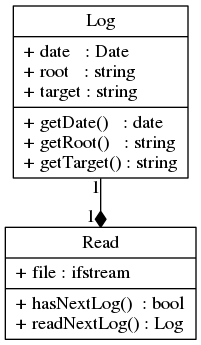
The Graphviz diagram doc/uml.png in BuonOmo/Analogs, before a commit. Its source is kept beside it as doc/uml.dot.
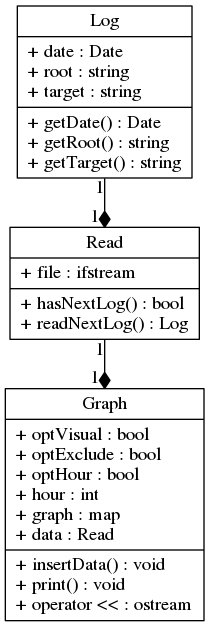
After the commit.

Commit message:
Ajout de Graph dans l’UML

What changed in the source:
```diff
@@ -1,30 +1,53 @@
 digraph UML
 {
-	Read [
+	Read
+	[
 		label =
 			"{
 				Read
 			|
 				+ file : ifstream\l
 			|
-				+ hasNextLog()  : bool\l
-				+ readNextLog() : Log\l
+				+ hasNextLog()  : bool\l
+				+ readNextLog() : Log\l
 			}",
 		shape=record
 	]
-	Log [
+
+	Log
+	[
 		label =
 			"{
 				Log
 			|
-				+ date   : Date\l
-				+ root   : string\l
-				+ target : string\l
+				+ date   : Date\l
+				+ root   : string\l
+				+ target : string\l
 
 			|
-				+ getDate()   : date\l
-				+ getRoot()   : string\l
-				+ getTarget() : string\l
+				+ getDate()   : Date\l
+				+ getRoot()   : string\l
+				+ getTarget() : string\l
+			}",
+		shape=record
+	]
+
+	Graph1
+	[
+		label =
+			"{
+				Graph
+			|
+				+ optVisual  : bool \l
+				+ optExclude : bool\l
+				+ optHour    : bool\l
+				+ hour       : int\l
+				+ graph      : map\l
+				+ data       : Read\l
+			|
+				+ insertData()  : void\l
+				+ print()       : void\l
+				+ operator \<\< : ostream\l
 			}",
 		shape=record
 	]
@@ -33,6 +56,13 @@
 	[
 		arrowhead=diamond,
 		taillabel=1,
-		headlabel="1 "
+		headlabel="1 "
+	]
+
+	Read -> Graph1
+	[
+		arrowhead=diamond,
+		taillabel=1,
+		headlabel="1 "
 	]
 }
```
